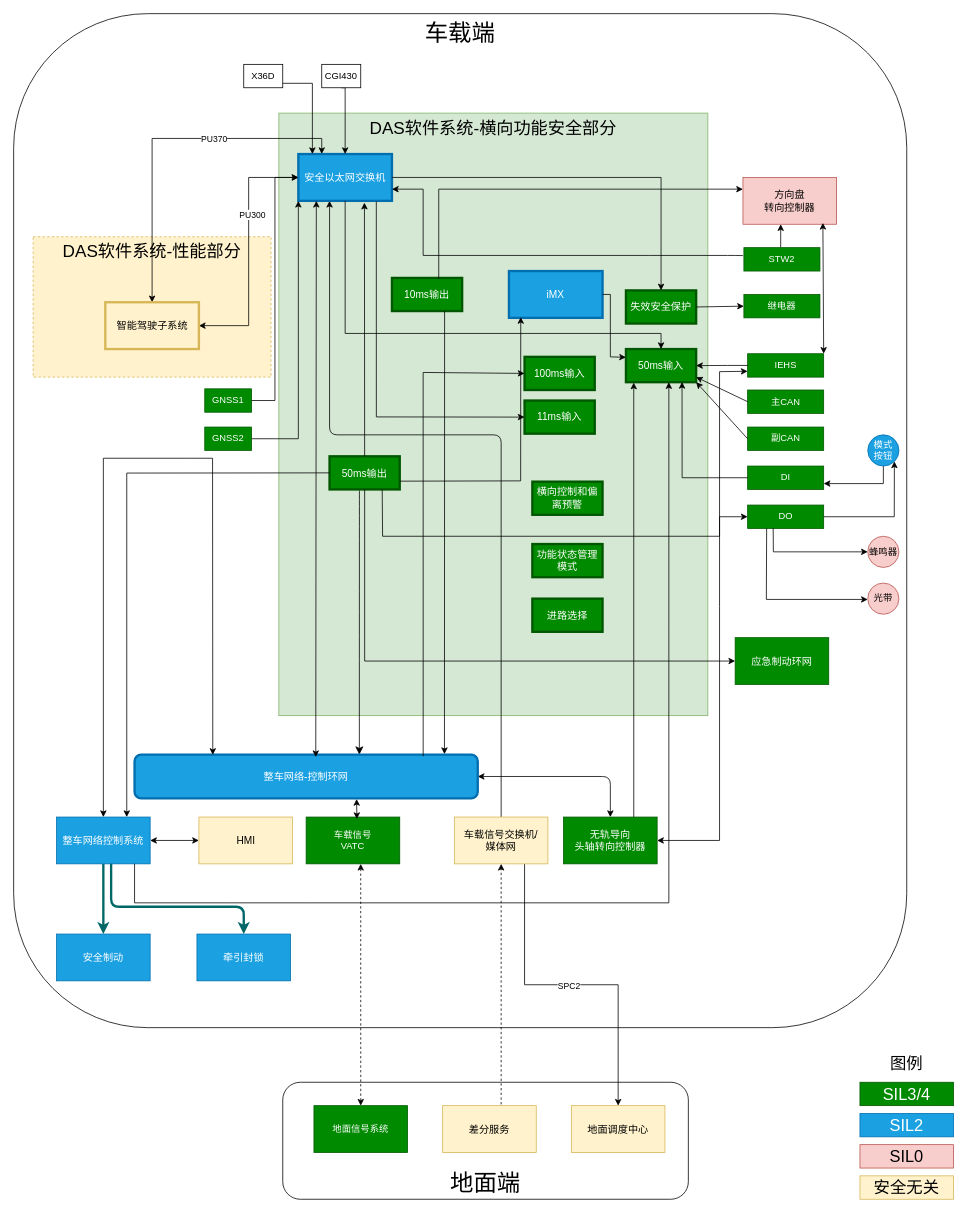
This is page "DAS软件与外部实体关系" (9 of 9) of 马来DAS系统关联关系图.drawio from FrankWong-cs/SharingwithColleagues, a draw.io file, before an edit. Source tidied: cells renumbered, new cells numbered last; positions are measured from the earlier drawing's top-left corner, leaving out a move shared by most shapes. Both pictures are drawn from the tidied source at 78%, with x=0, y=0 at pixel (13, 13).
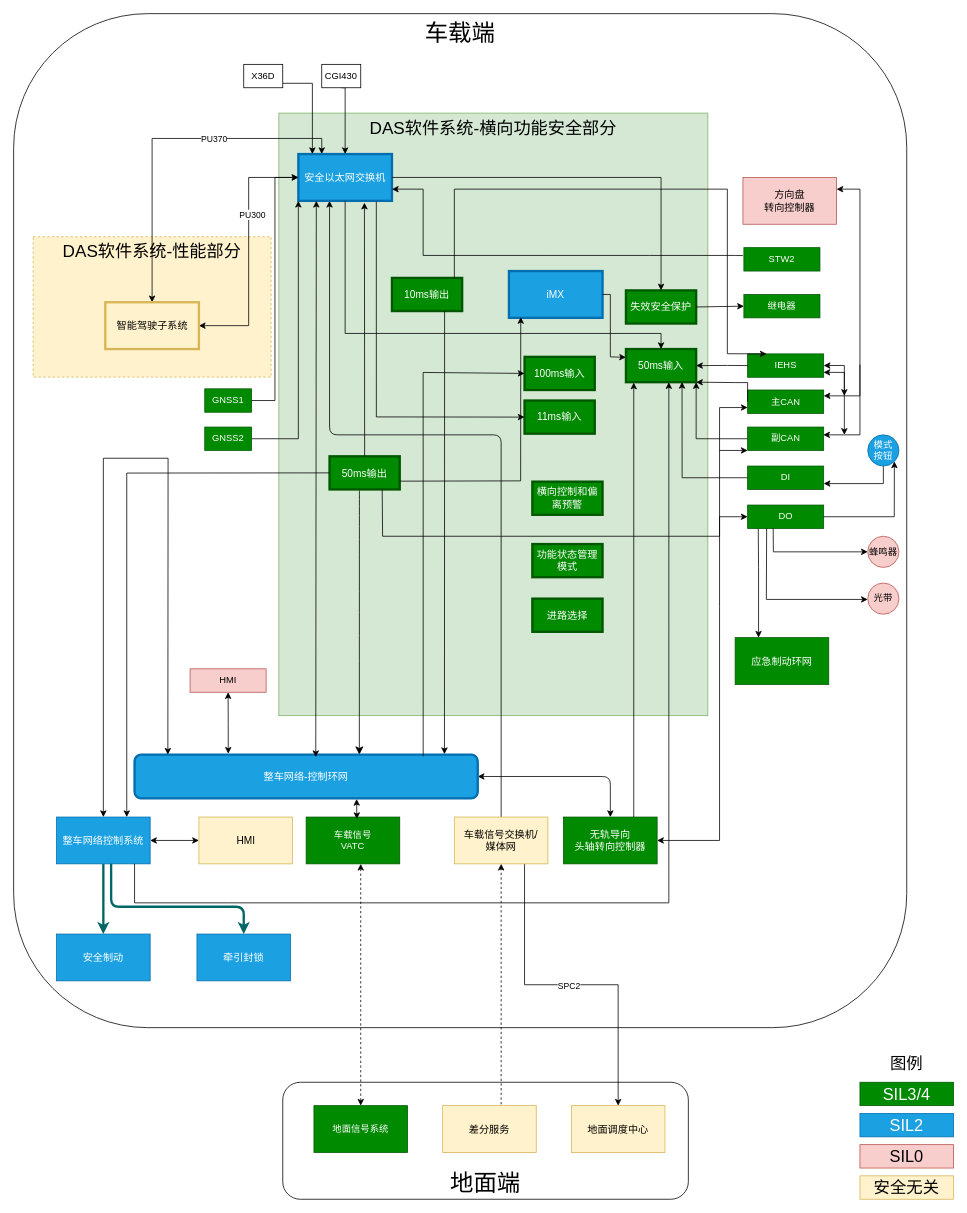
The same page after the edit.

Commit message:
更新马来DAS系统关联关系图.drawio

Unchanged cells that the change refers to:
```xml
<mxCell id="13" value="无轨导向&lt;br&gt;头轴转向控制器" style="rounded=0;whiteSpace=wrap;html=1;fontSize=13;fillColor=#008a00;fontColor=#ffffff;strokeColor=#005700;" parent="1" vertex="1">
  <mxGeometry x="705" y="1030" width="120" height="60" as="geometry" />
</mxCell>
<mxCell id="15" value="整车网络-控制环网" style="rounded=1;whiteSpace=wrap;html=1;fontSize=13;strokeWidth=3;fillColor=#1ba1e2;strokeColor=#006EAF;fontColor=#ffffff;" parent="1" vertex="1">
  <mxGeometry x="155" y="950" width="440" height="56" as="geometry" />
</mxCell>
<mxCell id="16" value="方向盘&lt;br&gt;转向控制器" style="rounded=0;whiteSpace=wrap;html=1;fontSize=13;fillColor=#f8cecc;strokeColor=#b85450;" parent="1" vertex="1">
  <mxGeometry x="935" y="210" width="120" height="60" as="geometry" />
</mxCell>
<mxCell id="17" value="应急制动环网" style="rounded=0;whiteSpace=wrap;html=1;fontSize=13;fillColor=#008a00;fontColor=#ffffff;strokeColor=#005700;" parent="1" vertex="1">
  <mxGeometry x="925" y="800" width="120" height="60" as="geometry" />
</mxCell>
<mxCell id="27" value="整车网络控制系统" style="rounded=0;whiteSpace=wrap;html=1;fontSize=13;fillColor=#1ba1e2;fontColor=#ffffff;strokeColor=#006EAF;" parent="1" vertex="1">
  <mxGeometry x="55" y="1030" width="120" height="60" as="geometry" />
</mxCell>
<mxCell id="47" value="50ms输入" style="rounded=0;whiteSpace=wrap;html=1;fontSize=13;fillColor=#008a00;strokeColor=#005700;strokeWidth=3;fontColor=#ffffff;" parent="1" vertex="1">
  <mxGeometry x="785" y="430" width="90" height="42.5" as="geometry" />
</mxCell>
<mxCell id="48" value="STW2" style="rounded=0;whiteSpace=wrap;html=1;fillColor=#008a00;fontColor=#ffffff;strokeColor=#005700;" parent="1" vertex="1">
  <mxGeometry x="936.2" y="300" width="97.5" height="30" as="geometry" />
</mxCell>
<mxCell id="58" value="主CAN" style="rounded=0;whiteSpace=wrap;html=1;fillColor=#008a00;fontColor=#ffffff;strokeColor=#005700;" parent="1" vertex="1">
  <mxGeometry x="941" y="482.5" width="97.5" height="30" as="geometry" />
</mxCell>
<mxCell id="59" value="副CAN" style="rounded=0;whiteSpace=wrap;html=1;fillColor=#008a00;fontColor=#ffffff;strokeColor=#005700;" parent="1" vertex="1">
  <mxGeometry x="941" y="530" width="97.5" height="30" as="geometry" />
</mxCell>
<mxCell id="63" value="DO" style="rounded=0;whiteSpace=wrap;html=1;fillColor=#008a00;fontColor=#ffffff;strokeColor=#005700;" parent="1" vertex="1">
  <mxGeometry x="941" y="630" width="97.5" height="30" as="geometry" />
</mxCell>
<mxCell id="75" value="10ms输出" style="rounded=0;whiteSpace=wrap;html=1;fontSize=13;fillColor=#008a00;strokeColor=#005700;strokeWidth=3;fontColor=#ffffff;" parent="1" vertex="1">
  <mxGeometry x="485" y="338.8" width="90" height="42.5" as="geometry" />
</mxCell>
<mxCell id="78" value="50ms输出" style="rounded=0;whiteSpace=wrap;html=1;fontSize=13;fillColor=#008a00;strokeColor=#005700;strokeWidth=3;fontColor=#ffffff;" parent="1" vertex="1">
  <mxGeometry x="405" y="567.5" width="90" height="42.5" as="geometry" />
</mxCell>
```

Diff of the diagram source:
```diff
@@
-    <mxCell id="49" style="endArrow=classic;startArrow=classic;html=1;rounded=0;entryX=0.5;entryY=0;entryDx=0;entryDy=0;exitX=0.228;exitY=0.006;exitDx=0;exitDy=0;exitPerimeter=0;" parent="1" edge="1" source="15" target="27">
+    <mxCell id="49" style="endArrow=classic;startArrow=classic;html=1;rounded=0;entryX=0.5;entryY=0;entryDx=0;entryDy=0;exitX=0.097;exitY=0;exitDx=0;exitDy=0;exitPerimeter=0;" parent="1" edge="1" source="15" target="27">
       <mxGeometry relative="1" as="geometry">
         <Array as="points">
-          <mxPoint x="255" y="570" />
-          <mxPoint x="225" y="570" />
+          <mxPoint x="198" y="570" />
           <mxPoint x="115" y="570" />
         </Array>
       </mxGeometry>
     </mxCell>
@@
     <mxCell id="54" value="IEHS" style="rounded=0;whiteSpace=wrap;html=1;fillColor=#008a00;fontColor=#ffffff;strokeColor=#005700;" parent="1" vertex="1">
-      <mxGeometry x="941" y="436" width="97.5" height="30" as="geometry" />
+      <mxGeometry x="941" y="436.2" width="97.5" height="30" as="geometry" />
     </mxCell>
@@
-    <mxCell id="60" style="endArrow=classic;html=1;rounded=0;exitX=0;exitY=0.5;exitDx=0;exitDy=0;entryX=1;entryY=0.5;entryDx=0;entryDy=0;" parent="1" edge="1" source="58">
+    <mxCell id="60" style="endArrow=classic;html=1;rounded=0;exitX=0;exitY=0.5;exitDx=0;exitDy=0;entryX=1;entryY=1;entryDx=0;entryDy=0;" parent="1" edge="1" source="58" target="47">
       <mxGeometry relative="1" as="geometry">
-        <mxPoint x="875" y="466" as="targetPoint" />
+        <Array as="points">
+          <mxPoint x="941" y="473" />
+          <mxPoint x="925" y="473" />
+        </Array>
       </mxGeometry>
     </mxCell>
     <mxCell id="61" style="endArrow=classic;html=1;rounded=0;exitX=0;exitY=0.5;exitDx=0;exitDy=0;entryX=1;entryY=1;entryDx=0;entryDy=0;" parent="1" edge="1" source="59" target="47">
-      <mxGeometry relative="1" as="geometry" />
+      <mxGeometry relative="1" as="geometry">
+        <Array as="points">
+          <mxPoint x="875" y="545" />
+        </Array>
+      </mxGeometry>
     </mxCell>
@@
-    <mxCell id="68" style="endArrow=classic;html=1;rounded=0;entryX=0.368;entryY=1.018;entryDx=0;entryDy=0;exitX=0.484;exitY=-0.018;exitDx=0;exitDy=0;entryPerimeter=0;exitPerimeter=0;" parent="1" edge="1" source="48">
-      <mxGeometry relative="1" as="geometry">
-        <mxPoint x="983.4" y="270" as="targetPoint" />
-      </mxGeometry>
-    </mxCell>
@@
-    <mxCell id="76" style="endArrow=classic;html=1;rounded=0;entryX=0;entryY=0.25;entryDx=0;entryDy=0;" parent="1" edge="1" target="16">
+    <mxCell id="76" style="endArrow=classic;html=1;rounded=0;entryX=0.25;entryY=0;entryDx=0;entryDy=0;exitX=0.889;exitY=0.029;exitDx=0;exitDy=0;exitPerimeter=0;" parent="1" edge="1" source="75" target="54">
       <mxGeometry relative="1" as="geometry">
-        <mxPoint x="545" y="340" as="sourcePoint" />
         <Array as="points">
-          <mxPoint x="545" y="225" />
+          <mxPoint x="565" y="225" />
+          <mxPoint x="915" y="225" />
+          <mxPoint x="915" y="436" />
         </Array>
       </mxGeometry>
     </mxCell>
@@
-    <mxCell id="94" style="endArrow=classic;html=1;rounded=0;exitX=0.5;exitY=1;exitDx=0;exitDy=0;" parent="1" edge="1" source="78">
-      <mxGeometry relative="1" as="geometry">
-        <mxPoint x="925" y="830" as="targetPoint" />
-        <Array as="points">
-          <mxPoint x="450" y="830" />
-        </Array>
-      </mxGeometry>
-    </mxCell>
-    <mxCell id="95" style="endArrow=classic;startArrow=classic;html=1;rounded=0;entryX=0.854;entryY=0.971;entryDx=0;entryDy=0;entryPerimeter=0;exitX=1;exitY=0;exitDx=0;exitDy=0;" parent="1" edge="1" source="54" target="16">
-      <mxGeometry relative="1" as="geometry" />
+    <mxCell id="95" style="endArrow=classic;startArrow=classic;html=1;rounded=0;entryX=1;entryY=0.25;entryDx=0;entryDy=0;exitX=1;exitY=0.25;exitDx=0;exitDy=0;" parent="1" edge="1" source="58" target="16">
+      <mxGeometry relative="1" as="geometry">
+        <Array as="points">
+          <mxPoint x="1085" y="490" />
+          <mxPoint x="1085" y="225" />
+        </Array>
+      </mxGeometry>
     </mxCell>
-    <mxCell id="96" style="endArrow=classic;startArrow=classic;html=1;rounded=0;exitX=1;exitY=0.5;exitDx=0;exitDy=0;entryX=0;entryY=0.75;entryDx=0;entryDy=0;" parent="1" edge="1" source="13" target="54">
+    <mxCell id="96" style="endArrow=classic;startArrow=classic;html=1;rounded=0;exitX=1;exitY=0.5;exitDx=0;exitDy=0;entryX=0;entryY=0.75;entryDx=0;entryDy=0;" parent="1" edge="1" source="13" target="58">
       <mxGeometry relative="1" as="geometry">
         <Array as="points">
           <mxPoint x="905" y="1060" />
           <mxPoint x="905" y="760" />
-          <mxPoint x="905" y="459" />
+          <mxPoint x="905" y="505" />
         </Array>
       </mxGeometry>
     </mxCell>
@@
+    <mxCell id="99" value="HMI" style="rounded=0;whiteSpace=wrap;html=1;fillColor=#f8cecc;strokeColor=#b85450;" parent="1" vertex="1">
+      <mxGeometry x="226.2" y="840" width="97.5" height="30" as="geometry" />
+    </mxCell>
+    <mxCell id="100" style="edgeStyle=orthogonalEdgeStyle;rounded=0;jettySize=auto;html=1;exitX=0.273;exitY=-0.022;exitDx=0;exitDy=0;entryX=0.5;entryY=1;entryDx=0;entryDy=0;startArrow=classic;startFill=1;exitPerimeter=0;" parent="1" edge="1" source="15" target="99">
+      <mxGeometry relative="1" as="geometry" />
+    </mxCell>
+    <mxCell id="101" style="endArrow=classic;html=1;rounded=0;exitX=0.14;exitY=1.019;exitDx=0;exitDy=0;exitPerimeter=0;entryX=0.25;entryY=0;entryDx=0;entryDy=0;" parent="1" edge="1" source="63" target="17">
+      <mxGeometry relative="1" as="geometry">
+        <Array as="points">
+          <mxPoint x="955" y="710" />
+        </Array>
+      </mxGeometry>
+    </mxCell>
+    <mxCell id="102" style="endArrow=classic;html=1;rounded=0;" parent="1" edge="1">
+      <mxGeometry relative="1" as="geometry">
+        <mxPoint x="1085" y="450" as="sourcePoint" />
+        <mxPoint x="1038" y="540" as="targetPoint" />
+        <Array as="points">
+          <mxPoint x="1085" y="540" />
+        </Array>
+      </mxGeometry>
+    </mxCell>
+    <mxCell id="103" style="endArrow=classic;startArrow=classic;html=1;rounded=0;entryX=1;entryY=0.5;entryDx=0;entryDy=0;" parent="1" edge="1" target="54">
+      <mxGeometry relative="1" as="geometry">
+        <mxPoint x="1065" y="490" as="sourcePoint" />
+        <Array as="points">
+          <mxPoint x="1065" y="451" />
+        </Array>
+      </mxGeometry>
+    </mxCell>
+    <mxCell id="104" style="endArrow=classic;startArrow=classic;html=1;rounded=0;entryX=0.998;entryY=0.788;entryDx=0;entryDy=0;entryPerimeter=0;" parent="1" edge="1" target="54">
+      <mxGeometry relative="1" as="geometry">
+        <mxPoint x="1065" y="540" as="sourcePoint" />
+        <Array as="points">
+          <mxPoint x="1065" y="460" />
+        </Array>
+      </mxGeometry>
+    </mxCell>
+    <mxCell id="105" style="endArrow=classic;html=1;rounded=0;entryX=0;entryY=1;entryDx=0;entryDy=0;" parent="1" edge="1" target="59">
+      <mxGeometry relative="1" as="geometry">
+        <mxPoint x="905" y="560" as="sourcePoint" />
+      </mxGeometry>
+    </mxCell>
```
